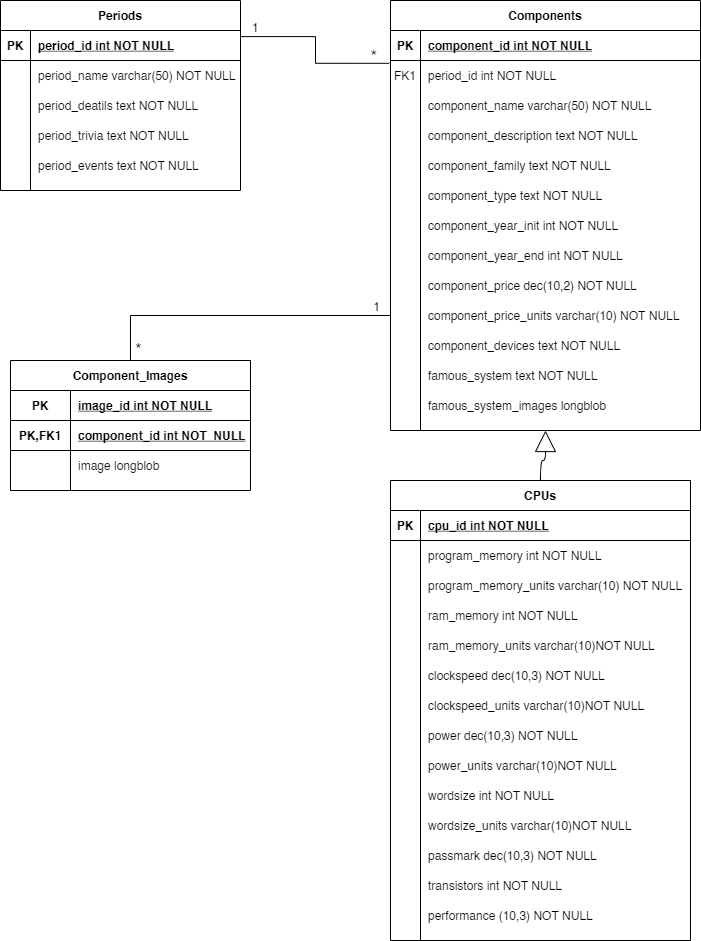
Above: documentacion/figures/diagrama_e-r.png in isafdezpe/museo-eii (draw.io), before the change. Source tidied: cells renumbered, new cells last; positions are measured from the earlier drawing's top-left corner, leaving out a move shared by most shapes.
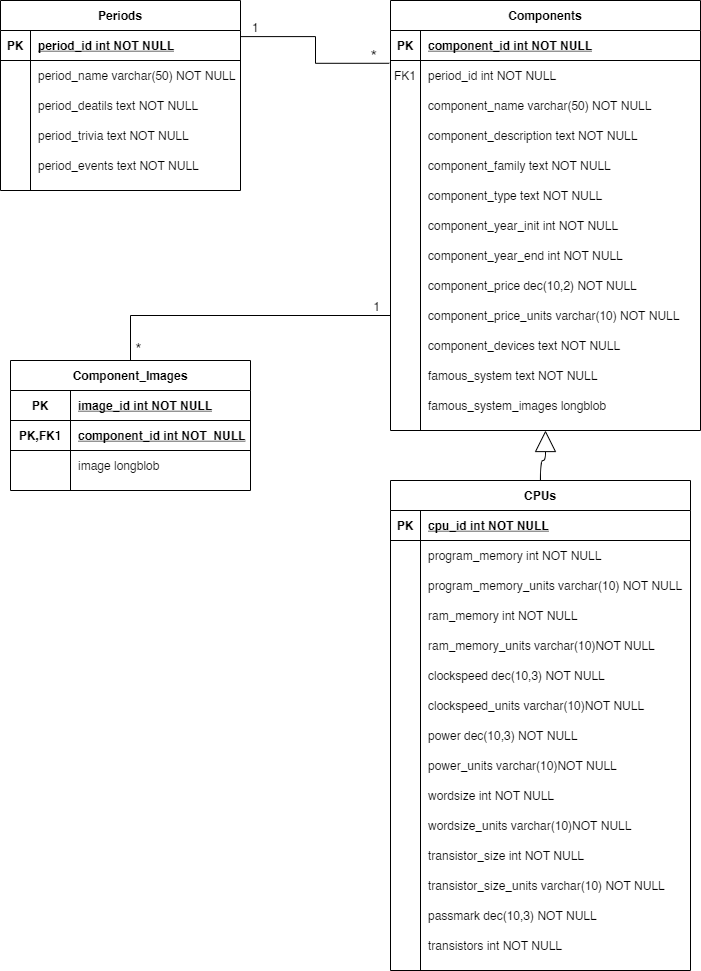
After the change.

What changed in the source:
```diff
@@ -126,7 +126,7 @@
       <mxGeometry relative="1" as="geometry" />
     </mxCell>
     <mxCell id="43" value="CPUs" style="shape=table;startSize=30;rowLines=0;fontStyle=1;align=center;" parent="1" vertex="1">
-      <mxGeometry x="390" y="480" width="300" height="460" as="geometry" />
+      <mxGeometry x="390" y="480" width="300" height="490" as="geometry" />
     </mxCell>
     <mxCell id="44" style="shape=partialRectangle;fillColor=none;top=0;left=0;right=0;bottom=1;" parent="43" vertex="1">
       <mxGeometry y="30" width="300" height="30" as="geometry" />
@@ -233,7 +233,7 @@
     <mxCell id="78" style="shape=partialRectangle;overflow=hidden;fillColor=none;top=0;left=0;bottom=0;right=0;" parent="77" vertex="1">
       <mxGeometry width="30" height="30" as="geometry" />
     </mxCell>
-    <mxCell id="79" value="passmark dec(10,3) NOT NULL" style="shape=partialRectangle;overflow=hidden;fillColor=none;top=0;left=0;bottom=0;right=0;align=left;spacingLeft=6;" parent="77" vertex="1">
+    <mxCell id="79" value="transistor_size int NOT NULL" style="shape=partialRectangle;overflow=hidden;fillColor=none;top=0;left=0;bottom=0;right=0;align=left;spacingLeft=6;" parent="77" vertex="1">
       <mxGeometry x="30" width="270" height="30" as="geometry" />
     </mxCell>
     <mxCell id="80" style="shape=partialRectangle;fillColor=none;top=0;left=0;right=0;bottom=0;" parent="43" vertex="1">
@@ -242,18 +242,27 @@
     <mxCell id="81" style="shape=partialRectangle;overflow=hidden;fillColor=none;top=0;left=0;bottom=0;right=0;" parent="80" vertex="1">
       <mxGeometry width="30" height="30" as="geometry" />
     </mxCell>
-    <mxCell id="82" value="transistors int NOT NULL" style="shape=partialRectangle;overflow=hidden;fillColor=none;top=0;left=0;bottom=0;right=0;align=left;spacingLeft=6;" parent="80" vertex="1">
+    <mxCell id="82" value="transistor_size_units varchar(10) NOT NULL" style="shape=partialRectangle;overflow=hidden;fillColor=none;top=0;left=0;bottom=0;right=0;align=left;spacingLeft=6;" parent="80" vertex="1">
       <mxGeometry x="30" width="270" height="30" as="geometry" />
     </mxCell>
     <mxCell id="83" style="shape=partialRectangle;fillColor=none;top=0;left=0;right=0;bottom=0;" parent="43" vertex="1">
       <mxGeometry y="420" width="300" height="30" as="geometry" />
     </mxCell>
-    <mxCell id="84" style="shape=partialRectangle;overflow=hidden;fillColor=none;top=0;left=0;bottom=0;right=0;" parent="83" vertex="1">
-      <mxGeometry width="30" height="30" as="geometry" />
-    </mxCell>
-    <mxCell id="85" value="performance (10,3) NOT NULL" style="shape=partialRectangle;overflow=hidden;fillColor=none;top=0;left=0;bottom=0;right=0;align=left;spacingLeft=6;" parent="83" vertex="1">
-      <mxGeometry x="30" width="270" height="30" as="geometry" />
-    </mxCell>
+    <mxCell id="118" style="shape=partialRectangle;overflow=hidden;fillColor=none;top=0;left=0;bottom=0;right=0;" parent="83" vertex="1">
+      <mxGeometry width="30" height="30" as="geometry" />
+    </mxCell>
+    <mxCell id="119" value="passmark dec(10,3) NOT NULL" style="shape=partialRectangle;overflow=hidden;fillColor=none;top=0;left=0;bottom=0;right=0;align=left;spacingLeft=6;" parent="83" vertex="1">
+      <mxGeometry x="30" width="270" height="30" as="geometry" />
+    </mxCell>
+    <mxCell id="120" style="shape=partialRectangle;fillColor=none;top=0;left=0;right=0;bottom=0;" parent="43" vertex="1">
+      <mxGeometry y="450" width="300" height="30" as="geometry" />
+    </mxCell>
+    <mxCell id="121" style="shape=partialRectangle;overflow=hidden;fillColor=none;top=0;left=0;bottom=0;right=0;" parent="120" vertex="1">
+      <mxGeometry width="30" height="30" as="geometry" />
+    </mxCell>
+    <mxCell id="122" value="transistors int NOT NULL" style="shape=partialRectangle;overflow=hidden;fillColor=none;top=0;left=0;bottom=0;right=0;align=left;spacingLeft=6;" parent="120" vertex="1">
+      <mxGeometry x="30" width="270" height="30" as="geometry" />
+    </mxCell>
     <mxCell id="86" value="Periods" style="shape=table;startSize=30;rowLines=0;fontStyle=1;align=center;" parent="1" vertex="1">
       <mxGeometry width="240" height="190" as="geometry" />
     </mxCell>
```
